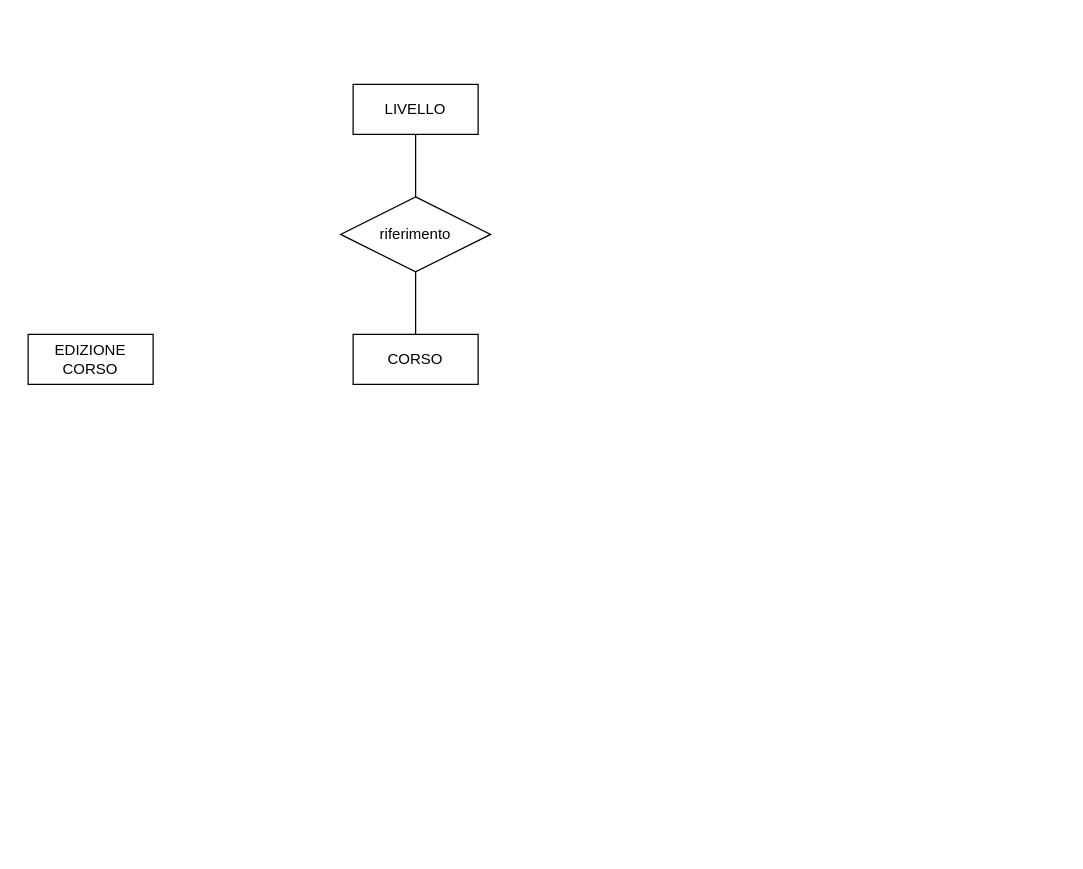
Earlier version of the draw.io diagram progettoDB.drawio (TizianoLilli/GitExerciseLinux). Source tidied: cells renumbered, new cells numbered last; positions are measured from the earlier drawing's top-left corner, leaving out a move shared by most shapes. Both pictures are drawn from the tidied source at 125%, with x=0, y=0 at pixel (28, 84).
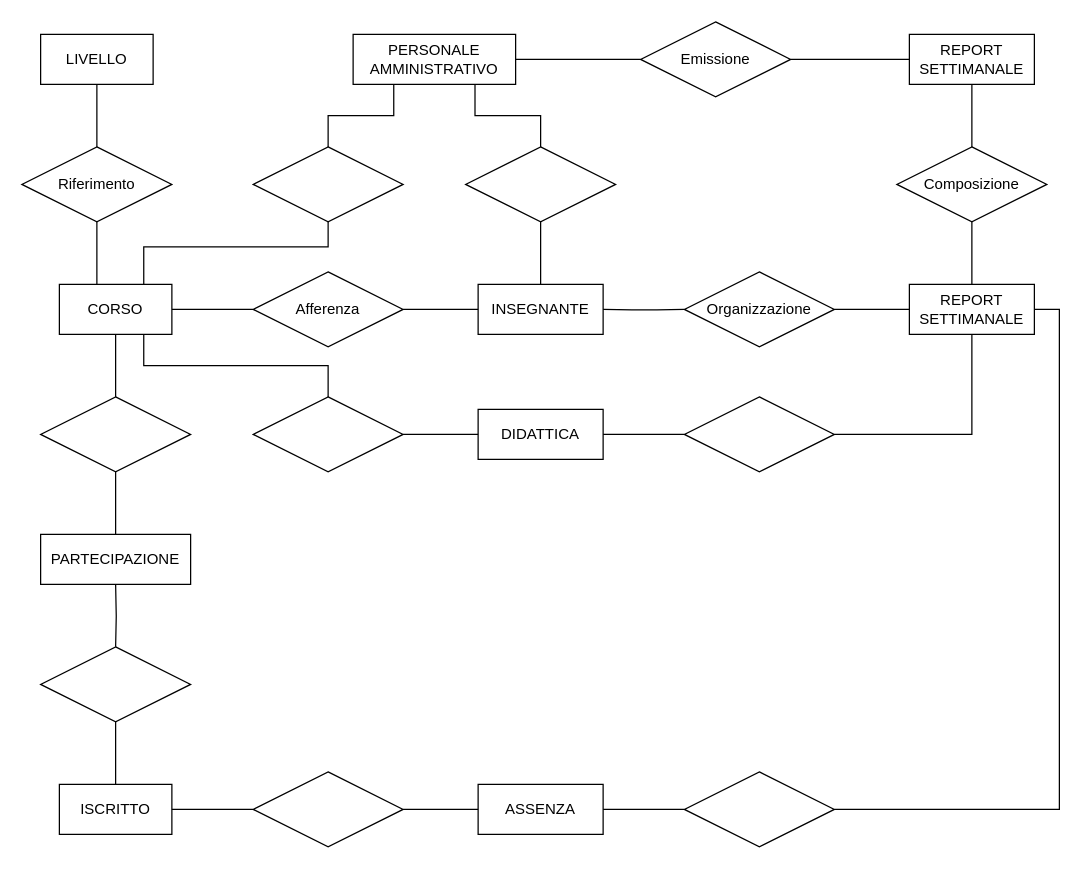
The same page after the edit.

What changed in the source:
```diff
@@
-    <mxCell id="3" value="LIVELLO" style="whiteSpace=wrap;html=1;align=center;" parent="1" vertex="1">
-      <mxGeometry x="260" width="100" height="40" as="geometry" />
-    </mxCell>
-    <mxCell id="4" value="CORSO" style="whiteSpace=wrap;html=1;align=center;" parent="1" vertex="1">
-      <mxGeometry x="260" y="200" width="100" height="40" as="geometry" />
-    </mxCell>
-    <mxCell id="5" value="EDIZIONE CORSO" style="whiteSpace=wrap;html=1;align=center;" parent="1" vertex="1">
-      <mxGeometry y="200" width="100" height="40" as="geometry" />
-    </mxCell>
-    <mxCell id="6" style="edgeStyle=orthogonalEdgeStyle;rounded=0;jettySize=auto;html=1;exitX=0.5;exitY=1;exitDx=0;exitDy=0;entryX=0.5;entryY=0;entryDx=0;entryDy=0;endArrow=none;endFill=0;" parent="1" edge="1" source="7" target="4">
-      <mxGeometry relative="1" as="geometry" />
+    <mxCell id="6" style="edgeStyle=orthogonalEdgeStyle;rounded=0;jettySize=auto;html=1;exitX=0.5;exitY=1;exitDx=0;exitDy=0;entryX=0.5;entryY=0;entryDx=0;entryDy=0;endArrow=none;endFill=0;" parent="1" edge="1" source="7">
+      <mxGeometry relative="1" as="geometry">
+        <mxPoint x="55" y="160" as="targetPoint" />
+      </mxGeometry>
     </mxCell>
-    <mxCell id="7" value="riferimento" style="shape=rhombus;perimeter=rhombusPerimeter;whiteSpace=wrap;html=1;align=center;" parent="1" vertex="1">
-      <mxGeometry x="250" y="90" width="120" height="60" as="geometry" />
+    <mxCell id="7" value="Riferimento" style="shape=rhombus;perimeter=rhombusPerimeter;whiteSpace=wrap;html=1;align=center;" parent="1" vertex="1">
+      <mxGeometry x="-5" y="50" width="120" height="60" as="geometry" />
     </mxCell>
+    <mxCell id="8" style="edgeStyle=orthogonalEdgeStyle;rounded=0;jettySize=auto;html=1;exitX=0.5;exitY=1;exitDx=0;exitDy=0;entryX=0.5;entryY=0;entryDx=0;entryDy=0;endArrow=none;endFill=0;" parent="1" edge="1" source="4" target="11">
+      <mxGeometry relative="1" as="geometry" />
+    </mxCell>
+    <mxCell id="9" value="PARTECIPAZIONE" style="whiteSpace=wrap;html=1;align=center;" parent="1" vertex="1">
+      <mxGeometry x="10" y="360" width="120" height="40" as="geometry" />
+    </mxCell>
+    <mxCell id="10" style="edgeStyle=orthogonalEdgeStyle;rounded=0;jettySize=auto;html=1;exitX=0.5;exitY=1;exitDx=0;exitDy=0;entryX=0.5;entryY=0;entryDx=0;entryDy=0;endArrow=none;endFill=0;" parent="1" edge="1" source="11" target="9">
+      <mxGeometry relative="1" as="geometry" />
+    </mxCell>
+    <mxCell id="11" style="shape=rhombus;perimeter=rhombusPerimeter;whiteSpace=wrap;html=1;align=center;" parent="1" vertex="1">
+      <mxGeometry x="10" y="250" width="120" height="60" as="geometry" />
+    </mxCell>
+    <mxCell id="12" style="edgeStyle=orthogonalEdgeStyle;rounded=0;jettySize=auto;html=1;exitX=0.5;exitY=1;exitDx=0;exitDy=0;entryX=0.5;entryY=0;entryDx=0;entryDy=0;endArrow=none;endFill=0;" parent="1" edge="1" target="15">
+      <mxGeometry relative="1" as="geometry">
+        <mxPoint x="70" y="400" as="sourcePoint" />
+      </mxGeometry>
+    </mxCell>
+    <mxCell id="13" value="ISCRITTO" style="whiteSpace=wrap;html=1;align=center;" parent="1" vertex="1">
+      <mxGeometry x="25" y="560" width="90" height="40" as="geometry" />
+    </mxCell>
+    <mxCell id="14" style="edgeStyle=orthogonalEdgeStyle;rounded=0;jettySize=auto;html=1;exitX=0.5;exitY=1;exitDx=0;exitDy=0;entryX=0.5;entryY=0;entryDx=0;entryDy=0;endArrow=none;endFill=0;" parent="1" edge="1" source="15" target="13">
+      <mxGeometry relative="1" as="geometry" />
+    </mxCell>
+    <mxCell id="15" style="shape=rhombus;perimeter=rhombusPerimeter;whiteSpace=wrap;html=1;align=center;" parent="1" vertex="1">
+      <mxGeometry x="10" y="450" width="120" height="60" as="geometry" />
+    </mxCell>
+    <mxCell id="16" style="edgeStyle=orthogonalEdgeStyle;shape=connector;rounded=1;jettySize=auto;html=1;exitX=1;exitY=0.5;exitDx=0;exitDy=0;entryX=0;entryY=0.5;entryDx=0;entryDy=0;strokeColor=default;align=center;verticalAlign=middle;fontFamily=Helvetica;fontSize=11;fontColor=default;labelBackgroundColor=default;endArrow=none;endFill=0;" parent="1" edge="1" source="4" target="20">
+      <mxGeometry relative="1" as="geometry" />
+    </mxCell>
+    <mxCell id="17" style="edgeStyle=orthogonalEdgeStyle;shape=connector;curved=0;rounded=0;jettySize=auto;html=1;exitX=0.75;exitY=1;exitDx=0;exitDy=0;strokeColor=default;align=center;verticalAlign=middle;fontFamily=Helvetica;fontSize=11;fontColor=default;labelBackgroundColor=default;endArrow=none;endFill=0;" parent="1" edge="1" source="4" target="43">
+      <mxGeometry relative="1" as="geometry" />
+    </mxCell>
+    <mxCell id="4" value="CORSO" style="whiteSpace=wrap;html=1;align=center;" parent="1" vertex="1">
+      <mxGeometry x="25" y="160" width="90" height="40" as="geometry" />
+    </mxCell>
+    <mxCell id="3" value="LIVELLO" style="whiteSpace=wrap;html=1;align=center;" parent="1" vertex="1">
+      <mxGeometry x="10" y="-40" width="90" height="40" as="geometry" />
+    </mxCell>
+    <mxCell id="18" value="INSEGNANTE" style="whiteSpace=wrap;html=1;align=center;" parent="1" vertex="1">
+      <mxGeometry x="360" y="160" width="100" height="40" as="geometry" />
+    </mxCell>
+    <mxCell id="19" style="edgeStyle=orthogonalEdgeStyle;shape=connector;rounded=1;jettySize=auto;html=1;strokeColor=default;align=center;verticalAlign=middle;fontFamily=Helvetica;fontSize=11;fontColor=default;labelBackgroundColor=default;endArrow=none;endFill=0;" parent="1" edge="1" source="20" target="18">
+      <mxGeometry relative="1" as="geometry" />
+    </mxCell>
+    <mxCell id="20" value="Afferenza" style="shape=rhombus;perimeter=rhombusPerimeter;whiteSpace=wrap;html=1;align=center;" parent="1" vertex="1">
+      <mxGeometry x="180" y="150" width="120" height="60" as="geometry" />
+    </mxCell>
+    <mxCell id="21" style="edgeStyle=orthogonalEdgeStyle;shape=connector;rounded=1;jettySize=auto;html=1;exitX=1;exitY=0.5;exitDx=0;exitDy=0;entryX=0;entryY=0.5;entryDx=0;entryDy=0;strokeColor=default;align=center;verticalAlign=middle;fontFamily=Helvetica;fontSize=11;fontColor=default;labelBackgroundColor=default;endArrow=none;endFill=0;" parent="1" edge="1" target="27">
+      <mxGeometry relative="1" as="geometry">
+        <mxPoint x="460" y="180" as="sourcePoint" />
+      </mxGeometry>
+    </mxCell>
+    <mxCell id="22" style="edgeStyle=orthogonalEdgeStyle;shape=connector;curved=0;rounded=0;jettySize=auto;html=1;strokeColor=default;align=center;verticalAlign=middle;fontFamily=Helvetica;fontSize=11;fontColor=default;labelBackgroundColor=default;endArrow=none;endFill=0;" parent="1" edge="1" source="25" target="35">
+      <mxGeometry relative="1" as="geometry" />
+    </mxCell>
+    <mxCell id="23" style="edgeStyle=orthogonalEdgeStyle;shape=connector;curved=0;rounded=0;jettySize=auto;html=1;exitX=0.5;exitY=1;exitDx=0;exitDy=0;entryX=1;entryY=0.5;entryDx=0;entryDy=0;strokeColor=default;align=center;verticalAlign=middle;fontFamily=Helvetica;fontSize=11;fontColor=default;labelBackgroundColor=default;endArrow=none;endFill=0;" parent="1" edge="1" source="25" target="45">
+      <mxGeometry relative="1" as="geometry" />
+    </mxCell>
+    <mxCell id="24" style="edgeStyle=orthogonalEdgeStyle;shape=connector;curved=0;rounded=0;jettySize=auto;html=1;exitX=1;exitY=0.5;exitDx=0;exitDy=0;entryX=1;entryY=0.5;entryDx=0;entryDy=0;strokeColor=default;align=center;verticalAlign=middle;fontFamily=Helvetica;fontSize=11;fontColor=default;labelBackgroundColor=default;endArrow=none;endFill=0;" parent="1" edge="1" source="25" target="51">
+      <mxGeometry relative="1" as="geometry" />
+    </mxCell>
+    <mxCell id="25" value="REPORT SETTIMANALE" style="whiteSpace=wrap;html=1;align=center;" parent="1" vertex="1">
+      <mxGeometry x="705" y="160" width="100" height="40" as="geometry" />
+    </mxCell>
+    <mxCell id="26" style="edgeStyle=orthogonalEdgeStyle;shape=connector;rounded=1;jettySize=auto;html=1;strokeColor=default;align=center;verticalAlign=middle;fontFamily=Helvetica;fontSize=11;fontColor=default;labelBackgroundColor=default;endArrow=none;endFill=0;" parent="1" edge="1" source="27" target="25">
+      <mxGeometry relative="1" as="geometry" />
+    </mxCell>
+    <mxCell id="27" value="Organizzazione" style="shape=rhombus;perimeter=rhombusPerimeter;whiteSpace=wrap;html=1;align=center;" parent="1" vertex="1">
+      <mxGeometry x="525" y="150" width="120" height="60" as="geometry" />
+    </mxCell>
+    <mxCell id="28" style="edgeStyle=orthogonalEdgeStyle;shape=connector;rounded=0;jettySize=auto;html=1;exitX=0.75;exitY=1;exitDx=0;exitDy=0;entryX=0.5;entryY=0;entryDx=0;entryDy=0;strokeColor=default;align=center;verticalAlign=middle;fontFamily=Helvetica;fontSize=11;fontColor=default;labelBackgroundColor=default;endArrow=none;endFill=0;curved=0;" parent="1" edge="1" source="29" target="31">
+      <mxGeometry relative="1" as="geometry" />
+    </mxCell>
+    <mxCell id="29" value="PERSONALE AMMINISTRATIVO" style="whiteSpace=wrap;html=1;align=center;" parent="1" vertex="1">
+      <mxGeometry x="260" y="-40" width="130" height="40" as="geometry" />
+    </mxCell>
+    <mxCell id="30" style="edgeStyle=orthogonalEdgeStyle;shape=connector;rounded=1;jettySize=auto;html=1;strokeColor=default;align=center;verticalAlign=middle;fontFamily=Helvetica;fontSize=11;fontColor=default;labelBackgroundColor=default;endArrow=none;endFill=0;" parent="1" edge="1" source="31" target="18">
+      <mxGeometry relative="1" as="geometry" />
+    </mxCell>
+    <mxCell id="31" style="shape=rhombus;perimeter=rhombusPerimeter;whiteSpace=wrap;html=1;align=center;" parent="1" vertex="1">
+      <mxGeometry x="350" y="50" width="120" height="60" as="geometry" />
+    </mxCell>
+    <mxCell id="32" style="edgeStyle=orthogonalEdgeStyle;shape=connector;rounded=0;jettySize=auto;html=1;exitX=0.5;exitY=1;exitDx=0;exitDy=0;entryX=0.75;entryY=0;entryDx=0;entryDy=0;strokeColor=default;align=center;verticalAlign=middle;fontFamily=Helvetica;fontSize=11;fontColor=default;labelBackgroundColor=default;endArrow=none;endFill=0;curved=0;" parent="1" edge="1" source="34" target="4">
+      <mxGeometry relative="1" as="geometry">
+        <Array as="points">
+          <mxPoint x="240" y="130" />
+          <mxPoint x="93" y="130" />
+        </Array>
+      </mxGeometry>
+    </mxCell>
+    <mxCell id="33" style="edgeStyle=orthogonalEdgeStyle;shape=connector;rounded=0;jettySize=auto;html=1;exitX=0.5;exitY=0;exitDx=0;exitDy=0;entryX=0.25;entryY=1;entryDx=0;entryDy=0;strokeColor=default;align=center;verticalAlign=middle;fontFamily=Helvetica;fontSize=11;fontColor=default;labelBackgroundColor=default;endArrow=none;endFill=0;curved=0;" parent="1" edge="1" source="34" target="29">
+      <mxGeometry relative="1" as="geometry" />
+    </mxCell>
+    <mxCell id="34" style="shape=rhombus;perimeter=rhombusPerimeter;whiteSpace=wrap;html=1;align=center;" parent="1" vertex="1">
+      <mxGeometry x="180" y="50" width="120" height="60" as="geometry" />
+    </mxCell>
+    <mxCell id="35" value="Composizione" style="shape=rhombus;perimeter=rhombusPerimeter;whiteSpace=wrap;html=1;align=center;" parent="1" vertex="1">
+      <mxGeometry x="695" y="50" width="120" height="60" as="geometry" />
+    </mxCell>
+    <mxCell id="36" style="edgeStyle=orthogonalEdgeStyle;shape=connector;curved=0;rounded=0;jettySize=auto;html=1;strokeColor=default;align=center;verticalAlign=middle;fontFamily=Helvetica;fontSize=11;fontColor=default;labelBackgroundColor=default;endArrow=none;endFill=0;" parent="1" edge="1" source="37" target="35">
+      <mxGeometry relative="1" as="geometry" />
+    </mxCell>
+    <mxCell id="37" value="REPORT SETTIMANALE" style="whiteSpace=wrap;html=1;align=center;" parent="1" vertex="1">
+      <mxGeometry x="705" y="-40" width="100" height="40" as="geometry" />
+    </mxCell>
+    <mxCell id="38" style="edgeStyle=orthogonalEdgeStyle;shape=connector;curved=0;rounded=0;jettySize=auto;html=1;strokeColor=default;align=center;verticalAlign=middle;fontFamily=Helvetica;fontSize=11;fontColor=default;labelBackgroundColor=default;endArrow=none;endFill=0;" parent="1" edge="1" source="40" target="37">
+      <mxGeometry relative="1" as="geometry" />
+    </mxCell>
+    <mxCell id="39" style="edgeStyle=orthogonalEdgeStyle;shape=connector;curved=0;rounded=0;jettySize=auto;html=1;strokeColor=default;align=center;verticalAlign=middle;fontFamily=Helvetica;fontSize=11;fontColor=default;labelBackgroundColor=default;endArrow=none;endFill=0;" parent="1" edge="1" source="40" target="29">
+      <mxGeometry relative="1" as="geometry" />
+    </mxCell>
+    <mxCell id="40" value="Emissione" style="shape=rhombus;perimeter=rhombusPerimeter;whiteSpace=wrap;html=1;align=center;" parent="1" vertex="1">
+      <mxGeometry x="490" y="-50" width="120" height="60" as="geometry" />
+    </mxCell>
+    <mxCell id="41" value="DIDATTICA" style="whiteSpace=wrap;html=1;align=center;" parent="1" vertex="1">
+      <mxGeometry x="360" y="260" width="100" height="40" as="geometry" />
+    </mxCell>
+    <mxCell id="42" style="edgeStyle=orthogonalEdgeStyle;shape=connector;curved=0;rounded=0;jettySize=auto;html=1;strokeColor=default;align=center;verticalAlign=middle;fontFamily=Helvetica;fontSize=11;fontColor=default;labelBackgroundColor=default;endArrow=none;endFill=0;" parent="1" edge="1" source="43" target="41">
+      <mxGeometry relative="1" as="geometry" />
+    </mxCell>
+    <mxCell id="43" style="shape=rhombus;perimeter=rhombusPerimeter;whiteSpace=wrap;html=1;align=center;" parent="1" vertex="1">
+      <mxGeometry x="180" y="250" width="120" height="60" as="geometry" />
+    </mxCell>
+    <mxCell id="44" style="edgeStyle=orthogonalEdgeStyle;shape=connector;curved=0;rounded=0;jettySize=auto;html=1;strokeColor=default;align=center;verticalAlign=middle;fontFamily=Helvetica;fontSize=11;fontColor=default;labelBackgroundColor=default;endArrow=none;endFill=0;" parent="1" edge="1" source="45" target="41">
+      <mxGeometry relative="1" as="geometry" />
+    </mxCell>
+    <mxCell id="45" style="shape=rhombus;perimeter=rhombusPerimeter;whiteSpace=wrap;html=1;align=center;" parent="1" vertex="1">
+      <mxGeometry x="525" y="250" width="120" height="60" as="geometry" />
+    </mxCell>
+    <mxCell id="46" value="ASSENZA" style="whiteSpace=wrap;html=1;align=center;" parent="1" vertex="1">
+      <mxGeometry x="360" y="560" width="100" height="40" as="geometry" />
+    </mxCell>
+    <mxCell id="47" style="edgeStyle=orthogonalEdgeStyle;shape=connector;curved=0;rounded=0;jettySize=auto;html=1;strokeColor=default;align=center;verticalAlign=middle;fontFamily=Helvetica;fontSize=11;fontColor=default;labelBackgroundColor=default;endArrow=none;endFill=0;" parent="1" edge="1" source="49" target="46">
+      <mxGeometry relative="1" as="geometry" />
+    </mxCell>
+    <mxCell id="48" style="edgeStyle=orthogonalEdgeStyle;shape=connector;curved=0;rounded=0;jettySize=auto;html=1;strokeColor=default;align=center;verticalAlign=middle;fontFamily=Helvetica;fontSize=11;fontColor=default;labelBackgroundColor=default;endArrow=none;endFill=0;" parent="1" edge="1" source="49" target="13">
+      <mxGeometry relative="1" as="geometry" />
+    </mxCell>
+    <mxCell id="49" style="shape=rhombus;perimeter=rhombusPerimeter;whiteSpace=wrap;html=1;align=center;" parent="1" vertex="1">
+      <mxGeometry x="180" y="550" width="120" height="60" as="geometry" />
+    </mxCell>
+    <mxCell id="50" style="edgeStyle=orthogonalEdgeStyle;shape=connector;curved=0;rounded=0;jettySize=auto;html=1;strokeColor=default;align=center;verticalAlign=middle;fontFamily=Helvetica;fontSize=11;fontColor=default;labelBackgroundColor=default;endArrow=none;endFill=0;" parent="1" edge="1" source="51" target="46">
+      <mxGeometry relative="1" as="geometry" />
+    </mxCell>
+    <mxCell id="51" style="shape=rhombus;perimeter=rhombusPerimeter;whiteSpace=wrap;html=1;align=center;" parent="1" vertex="1">
+      <mxGeometry x="525" y="550" width="120" height="60" as="geometry" />
+    </mxCell>
```
